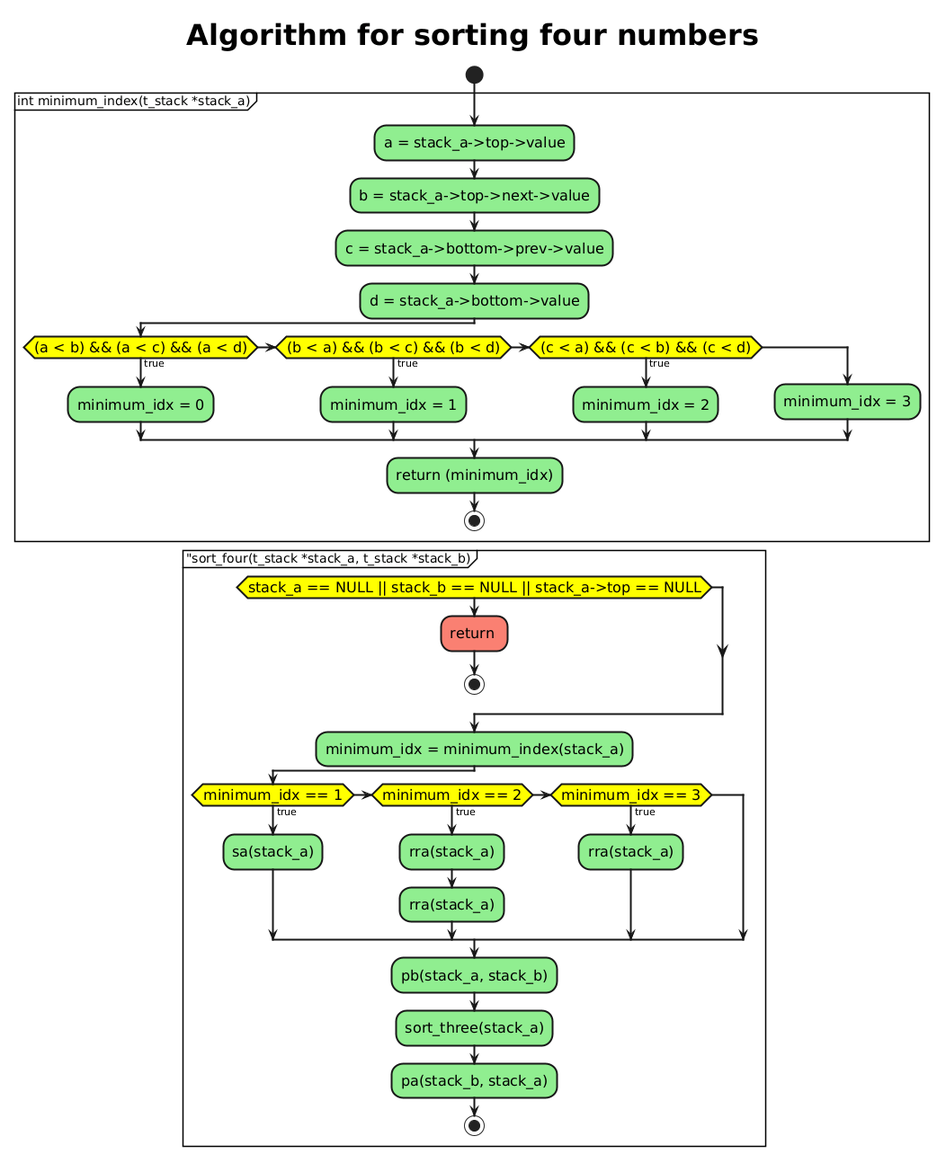
martinaradkovicova-lgtm/ft_push_swap keeps this PlantUML diagram as sort4.png. Above is the earlier version.
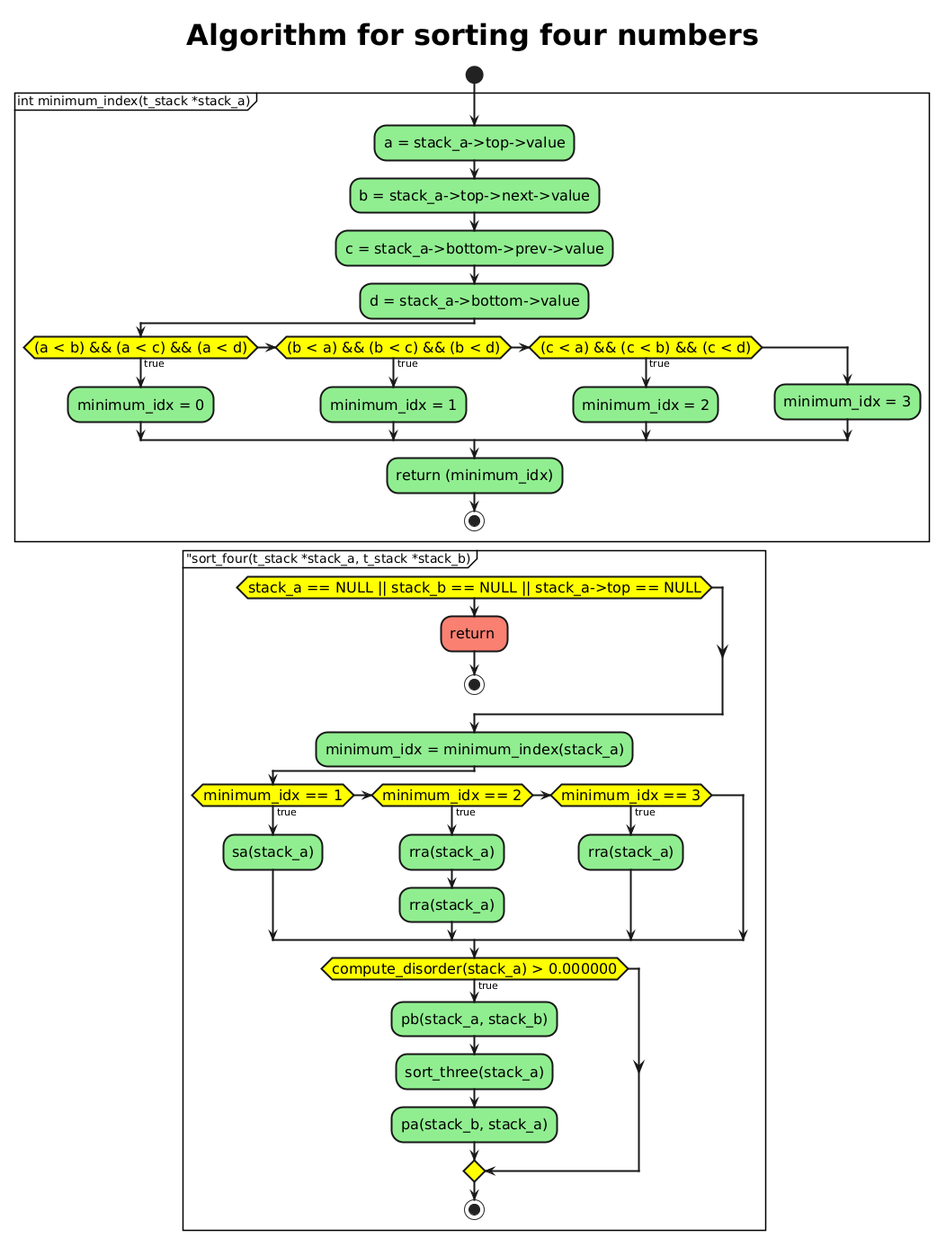
The same diagram one commit later.

What changed in the source:
```diff
@@ -45,9 +45,11 @@
 else if(minimum_idx == 3) is (true) then
     :rra(stack_a);
 endif
+if (compute_disorder(stack_a) > 0.000000) is (true) then
 :pb(stack_a, stack_b);
 :sort_three(stack_a);
 :pa(stack_b, stack_a);
+endif
 
 stop
 @enduml
```
